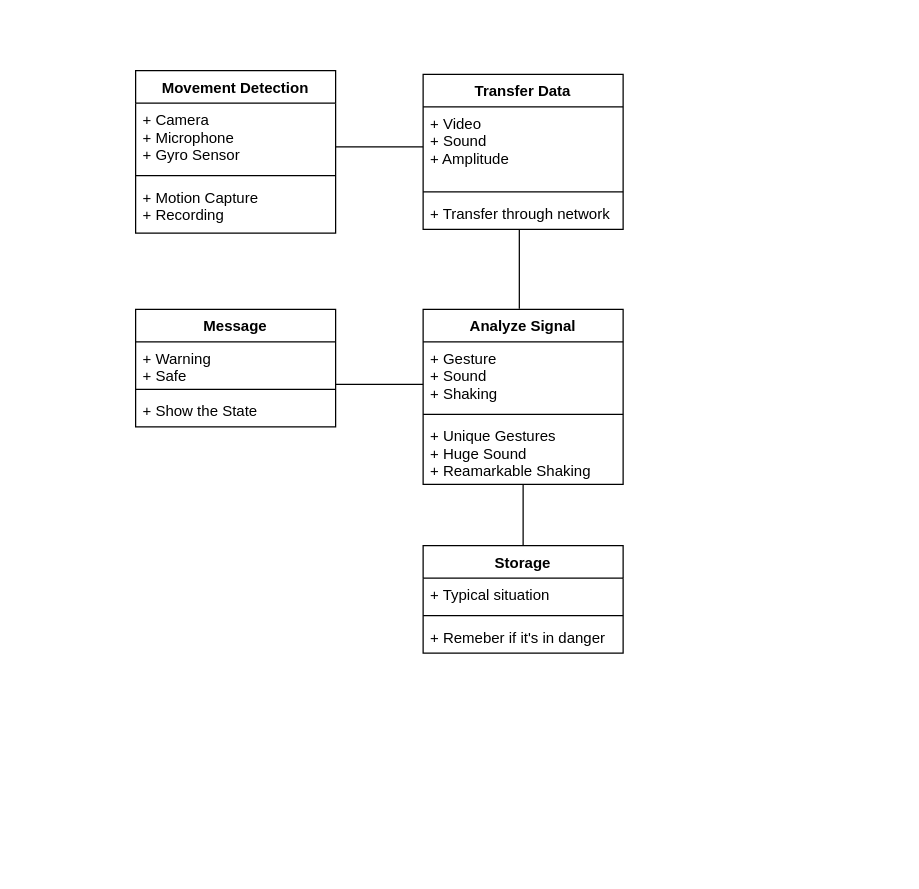
Above: Sogongteam14_Class_Diagram.drawio in sogongteam14/doc (draw.io), before the change. Source tidied: cells renumbered, new cells numbered last; positions are measured from the earlier drawing's top-left corner, leaving out a move shared by most shapes. Both pictures are drawn from the tidied source at 125%, with x=0, y=0 at pixel (135, 70).
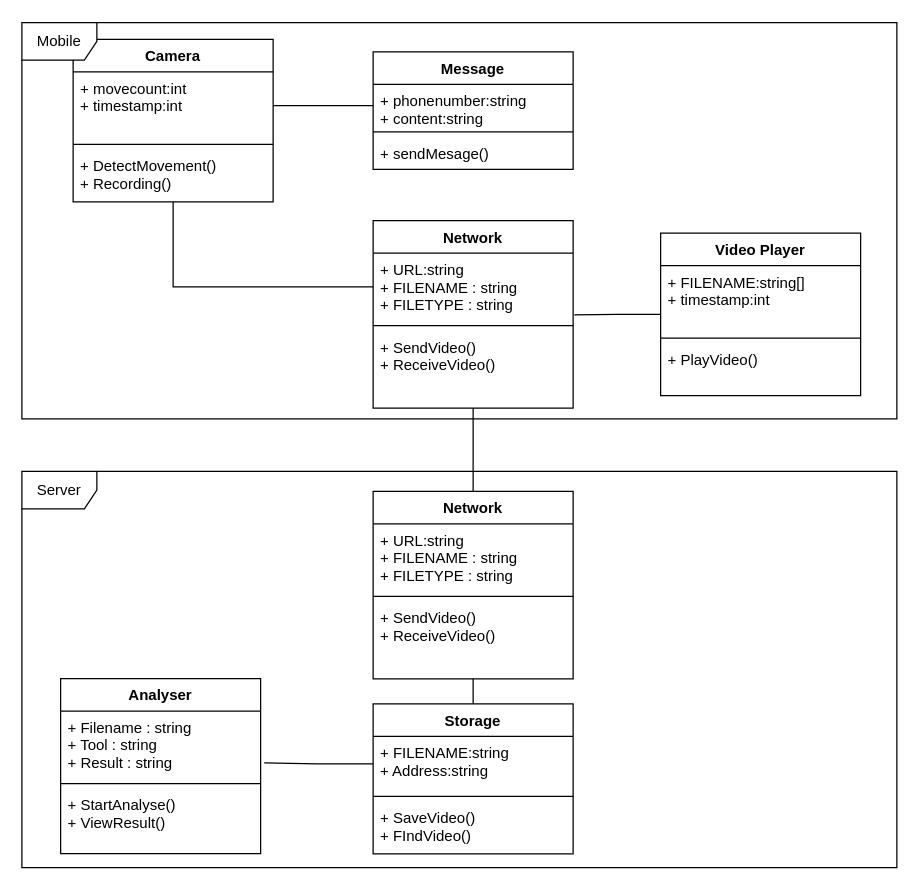
The same page after the edit.

Diff of the diagram source:
```diff
@@
+    <mxCell id="26" style="edgeStyle=orthogonalEdgeStyle;rounded=0;jettySize=auto;html=1;entryX=0;entryY=0.5;entryDx=0;entryDy=0;startArrow=none;startFill=0;endArrow=none;endFill=0;" parent="1" edge="1" source="2" target="15">
+      <mxGeometry relative="1" as="geometry" />
+    </mxCell>
-    <mxCell id="2" value="Movement Detection" style="swimlane;fontStyle=1;align=center;verticalAlign=top;horizontal=1;startSize=26;" parent="1" vertex="1">
-      <mxGeometry width="160" height="130" as="geometry" />
+    <mxCell id="2" value="Camera" style="swimlane;fontStyle=1;align=center;verticalAlign=top;horizontal=1;startSize=26;" parent="1" vertex="1">
+      <mxGeometry x="-50" y="-25" width="160" height="130" as="geometry" />
     </mxCell>
-    <mxCell id="3" value="+ Camera&#10;+ Microphone&#10;+ Gyro Sensor&#10;" style="text;strokeColor=none;fillColor=none;align=left;verticalAlign=top;spacingLeft=4;spacingRight=4;overflow=hidden;points=[[0,0.5],[1,0.5]];portConstraint=eastwest;" parent="2" vertex="1">
+    <mxCell id="3" value="+ movecount:int&#10;+ timestamp:int&#10;" style="text;strokeColor=none;fillColor=none;align=left;verticalAlign=top;spacingLeft=4;spacingRight=4;overflow=hidden;points=[[0,0.5],[1,0.5]];portConstraint=eastwest;" parent="2" vertex="1">
       <mxGeometry y="26" width="160" height="54" as="geometry" />
     </mxCell>
@@
-    <mxCell id="5" value="+ Motion Capture&#10;+ Recording" style="text;strokeColor=none;fillColor=none;align=left;verticalAlign=top;spacingLeft=4;spacingRight=4;overflow=hidden;" parent="2" vertex="1">
+    <mxCell id="5" value="+ DetectMovement()&#10;+ Recording()" style="text;strokeColor=none;fillColor=none;align=left;verticalAlign=top;spacingLeft=4;spacingRight=4;overflow=hidden;" parent="2" vertex="1">
       <mxGeometry y="88" width="160" height="42" as="geometry" />
     </mxCell>
     <mxCell id="6" value="Message" style="swimlane;fontStyle=1;align=center;verticalAlign=top;horizontal=1;startSize=26;" parent="1" vertex="1">
-      <mxGeometry y="191" width="160" height="94" as="geometry" />
+      <mxGeometry x="190" y="-15" width="160" height="94" as="geometry" />
     </mxCell>
-    <mxCell id="7" value="+ Warning&#10;+ Safe&#10;" style="text;strokeColor=none;fillColor=none;align=left;verticalAlign=top;spacingLeft=4;spacingRight=4;overflow=hidden;points=[[0,0.5],[1,0.5]];portConstraint=eastwest;" parent="6" vertex="1">
+    <mxCell id="7" value="+ phonenumber:string&#10;+ content:string&#10;" style="text;strokeColor=none;fillColor=none;align=left;verticalAlign=top;spacingLeft=4;spacingRight=4;overflow=hidden;points=[[0,0.5],[1,0.5]];portConstraint=eastwest;" parent="6" vertex="1">
       <mxGeometry y="26" width="160" height="34" as="geometry" />
     </mxCell>
@@
-    <mxCell id="9" value="+ Show the State" style="text;strokeColor=none;fillColor=none;align=left;verticalAlign=top;spacingLeft=4;spacingRight=4;overflow=hidden;" parent="6" vertex="1">
+    <mxCell id="9" value="+ sendMesage()" style="text;strokeColor=none;fillColor=none;align=left;verticalAlign=top;spacingLeft=4;spacingRight=4;overflow=hidden;" parent="6" vertex="1">
       <mxGeometry y="68" width="160" height="26" as="geometry" />
     </mxCell>
-    <mxCell id="10" value="Analyze Signal" style="swimlane;fontStyle=1;align=center;verticalAlign=top;horizontal=1;startSize=26;" parent="1" vertex="1">
-      <mxGeometry x="230" y="191" width="160" height="140" as="geometry" />
+    <mxCell id="10" value="Analyser" style="swimlane;fontStyle=1;align=center;verticalAlign=top;horizontal=1;startSize=26;" parent="1" vertex="1">
+      <mxGeometry x="-60" y="486.4" width="160" height="140" as="geometry" />
     </mxCell>
-    <mxCell id="11" value="+ Gesture&#10;+ Sound&#10;+ Shaking&#10;" style="text;strokeColor=none;fillColor=none;align=left;verticalAlign=top;spacingLeft=4;spacingRight=4;overflow=hidden;points=[[0,0.5],[1,0.5]];portConstraint=eastwest;" parent="10" vertex="1">
+    <mxCell id="11" value="+ Filename : string&#10;+ Tool : string&#10;+ Result : string&#10;" style="text;strokeColor=none;fillColor=none;align=left;verticalAlign=top;spacingLeft=4;spacingRight=4;overflow=hidden;points=[[0,0.5],[1,0.5]];portConstraint=eastwest;" parent="10" vertex="1">
       <mxGeometry y="26" width="160" height="54" as="geometry" />
     </mxCell>
@@
-    <mxCell id="13" value="+ Unique Gestures&#10;+ Huge Sound&#10;+ Reamarkable Shaking&#10;" style="text;strokeColor=none;fillColor=none;align=left;verticalAlign=top;spacingLeft=4;spacingRight=4;overflow=hidden;" parent="10" vertex="1">
+    <mxCell id="13" value="+ StartAnalyse()&#10;+ ViewResult()&#10;" style="text;strokeColor=none;fillColor=none;align=left;verticalAlign=top;spacingLeft=4;spacingRight=4;overflow=hidden;" parent="10" vertex="1">
       <mxGeometry y="88" width="160" height="52" as="geometry" />
     </mxCell>
+    <mxCell id="27" style="edgeStyle=orthogonalEdgeStyle;rounded=0;jettySize=auto;html=1;entryX=0.5;entryY=0;entryDx=0;entryDy=0;startArrow=none;startFill=0;endArrow=none;endFill=0;" parent="1" edge="1" source="14" target="35">
+      <mxGeometry relative="1" as="geometry" />
+    </mxCell>
-    <mxCell id="14" value="Transfer Data" style="swimlane;fontStyle=1;align=center;verticalAlign=top;horizontal=1;startSize=26;" parent="1" vertex="1">
-      <mxGeometry x="230" y="3" width="160" height="124" as="geometry" />
+    <mxCell id="14" value="Network" style="swimlane;fontStyle=1;align=center;verticalAlign=top;horizontal=1;startSize=26;" parent="1" vertex="1">
+      <mxGeometry x="190" y="120" width="160" height="150" as="geometry" />
     </mxCell>
-    <mxCell id="15" value="+ Video&#10;+ Sound&#10;+ Amplitude&#10;" style="text;strokeColor=none;fillColor=none;align=left;verticalAlign=top;spacingLeft=4;spacingRight=4;overflow=hidden;points=[[0,0.5],[1,0.5]];portConstraint=eastwest;" parent="14" vertex="1">
-      <mxGeometry y="26" width="160" height="64" as="geometry" />
+    <mxCell id="15" value="+ URL:string&#10;+ FILENAME : string&#10;+ FILETYPE : string&#10;" style="text;strokeColor=none;fillColor=none;align=left;verticalAlign=top;spacingLeft=4;spacingRight=4;overflow=hidden;points=[[0,0.5],[1,0.5]];portConstraint=eastwest;" parent="14" vertex="1">
+      <mxGeometry y="26" width="160" height="54" as="geometry" />
     </mxCell>
     <mxCell id="16" style="line;strokeWidth=1;fillColor=none;align=left;verticalAlign=middle;spacingTop=-1;spacingLeft=3;spacingRight=3;labelPosition=right;" parent="14" vertex="1">
-      <mxGeometry y="90" width="160" height="8" as="geometry" />
+      <mxGeometry y="80" width="160" height="8" as="geometry" />
     </mxCell>
-    <mxCell id="17" value="+ Transfer through network" style="text;strokeColor=none;fillColor=none;align=left;verticalAlign=top;spacingLeft=4;spacingRight=4;overflow=hidden;points=[[0,0.5],[1,0.5]];portConstraint=eastwest;" parent="14" vertex="1">
-      <mxGeometry y="98" width="160" height="26" as="geometry" />
+    <mxCell id="17" value="+ SendVideo()&#10;+ ReceiveVideo()&#10;" style="text;strokeColor=none;fillColor=none;align=left;verticalAlign=top;spacingLeft=4;spacingRight=4;overflow=hidden;points=[[0,0.5],[1,0.5]];portConstraint=eastwest;" parent="14" vertex="1">
+      <mxGeometry y="88" width="160" height="62" as="geometry" />
     </mxCell>
+    <mxCell id="28" style="edgeStyle=orthogonalEdgeStyle;rounded=0;jettySize=auto;html=1;startArrow=none;startFill=0;endArrow=none;endFill=0;" parent="1" edge="1" source="18" target="35">
+      <mxGeometry relative="1" as="geometry" />
+    </mxCell>
     <mxCell id="18" value="Storage" style="swimlane;fontStyle=1;align=center;verticalAlign=top;horizontal=1;startSize=26;" parent="1" vertex="1">
-      <mxGeometry x="230" y="380" width="160" height="86" as="geometry" />
+      <mxGeometry x="190" y="506.5" width="160" height="120" as="geometry" />
     </mxCell>
-    <mxCell id="19" value="+ Typical situation" style="text;strokeColor=none;fillColor=none;align=left;verticalAlign=top;spacingLeft=4;spacingRight=4;overflow=hidden;points=[[0,0.5],[1,0.5]];portConstraint=eastwest;" parent="18" vertex="1">
-      <mxGeometry y="26" width="160" height="26" as="geometry" />
+    <mxCell id="19" value="+ FILENAME:string&#10;+ Address:string" style="text;strokeColor=none;fillColor=none;align=left;verticalAlign=top;spacingLeft=4;spacingRight=4;overflow=hidden;points=[[0,0.5],[1,0.5]];portConstraint=eastwest;" parent="18" vertex="1">
+      <mxGeometry y="26" width="160" height="44" as="geometry" />
     </mxCell>
     <mxCell id="20" style="line;strokeWidth=1;fillColor=none;align=left;verticalAlign=middle;spacingTop=-1;spacingLeft=3;spacingRight=3;labelPosition=right;" parent="18" vertex="1">
-      <mxGeometry y="52" width="160" height="8" as="geometry" />
+      <mxGeometry y="70" width="160" height="8" as="geometry" />
     </mxCell>
-    <mxCell id="21" value="+ Remeber if it's in danger" style="text;strokeColor=none;fillColor=none;align=left;verticalAlign=top;spacingLeft=4;spacingRight=4;overflow=hidden;" parent="18" vertex="1">
-      <mxGeometry y="60" width="160" height="26" as="geometry" />
+    <mxCell id="21" value="+ SaveVideo()&#10;+ FIndVideo()&#10;" style="text;strokeColor=none;fillColor=none;align=left;verticalAlign=top;spacingLeft=4;spacingRight=4;overflow=hidden;" parent="18" vertex="1">
+      <mxGeometry y="78" width="160" height="42" as="geometry" />
     </mxCell>
-    <mxCell id="22" style="endArrow=none;html=1;entryX=0;entryY=0.5;entryDx=0;entryDy=0;" parent="1" edge="1" target="15">
-      <mxGeometry relative="1" as="geometry">
-        <mxPoint x="160" y="61" as="sourcePoint" />
-      </mxGeometry>
-    </mxCell>
-    <mxCell id="23" style="endArrow=none;html=1;entryX=0.481;entryY=1.014;entryDx=0;entryDy=0;entryPerimeter=0;exitX=0.481;exitY=-0.003;exitDx=0;exitDy=0;exitPerimeter=0;" parent="1" edge="1" source="10" target="17">
-      <mxGeometry relative="1" as="geometry" />
-    </mxCell>
-    <mxCell id="24" style="endArrow=none;html=1;exitX=1.001;exitY=0.998;exitDx=0;exitDy=0;exitPerimeter=0;" parent="1" edge="1" source="7">
-      <mxGeometry relative="1" as="geometry">
-        <mxPoint x="230" y="251" as="targetPoint" />
-      </mxGeometry>
-    </mxCell>
-    <mxCell id="25" style="endArrow=none;html=1;entryX=0.5;entryY=1;entryDx=0;entryDy=0;exitX=0.5;exitY=0;exitDx=0;exitDy=0;" parent="1" edge="1" source="18" target="10">
-      <mxGeometry relative="1" as="geometry" />
-    </mxCell>
+    <mxCell id="29" style="edgeStyle=orthogonalEdgeStyle;rounded=0;jettySize=auto;html=1;exitX=1;exitY=0.5;exitDx=0;exitDy=0;entryX=0;entryY=0.5;entryDx=0;entryDy=0;startArrow=none;startFill=0;endArrow=none;endFill=0;" parent="1" edge="1" source="3" target="7">
+      <mxGeometry relative="1" as="geometry" />
+    </mxCell>
+    <mxCell id="30" style="edgeStyle=orthogonalEdgeStyle;rounded=0;jettySize=auto;html=1;entryX=1.006;entryY=0.913;entryDx=0;entryDy=0;entryPerimeter=0;startArrow=none;startFill=0;endArrow=none;endFill=0;" parent="1" edge="1" source="31" target="15">
+      <mxGeometry relative="1" as="geometry" />
+    </mxCell>
+    <mxCell id="31" value="Video Player" style="swimlane;fontStyle=1;align=center;verticalAlign=top;horizontal=1;startSize=26;" parent="1" vertex="1">
+      <mxGeometry x="420" y="130" width="160" height="130" as="geometry" />
+    </mxCell>
+    <mxCell id="32" value="+ FILENAME:string[]&#10;+ timestamp:int&#10;" style="text;strokeColor=none;fillColor=none;align=left;verticalAlign=top;spacingLeft=4;spacingRight=4;overflow=hidden;" parent="31" vertex="1">
+      <mxGeometry y="26" width="160" height="54" as="geometry" />
+    </mxCell>
+    <mxCell id="33" style="line;strokeWidth=1;fillColor=none;align=left;verticalAlign=middle;spacingTop=-1;spacingLeft=3;spacingRight=3;labelPosition=right;" parent="31" vertex="1">
+      <mxGeometry y="80" width="160" height="8" as="geometry" />
+    </mxCell>
+    <mxCell id="34" value="+ PlayVideo()&#10;" style="text;strokeColor=none;fillColor=none;align=left;verticalAlign=top;spacingLeft=4;spacingRight=4;overflow=hidden;" parent="31" vertex="1">
+      <mxGeometry y="88" width="160" height="42" as="geometry" />
+    </mxCell>
+    <mxCell id="35" value="Network" style="swimlane;fontStyle=1;align=center;verticalAlign=top;horizontal=1;startSize=26;" parent="1" vertex="1">
+      <mxGeometry x="190" y="336.5" width="160" height="150" as="geometry" />
+    </mxCell>
+    <mxCell id="36" value="+ URL:string&#10;+ FILENAME : string&#10;+ FILETYPE : string&#10;" style="text;strokeColor=none;fillColor=none;align=left;verticalAlign=top;spacingLeft=4;spacingRight=4;overflow=hidden;" parent="35" vertex="1">
+      <mxGeometry y="26" width="160" height="54" as="geometry" />
+    </mxCell>
+    <mxCell id="37" style="line;strokeWidth=1;fillColor=none;align=left;verticalAlign=middle;spacingTop=-1;spacingLeft=3;spacingRight=3;labelPosition=right;" parent="35" vertex="1">
+      <mxGeometry y="80" width="160" height="8" as="geometry" />
+    </mxCell>
+    <mxCell id="38" value="+ SendVideo()&#10;+ ReceiveVideo()&#10;" style="text;strokeColor=none;fillColor=none;align=left;verticalAlign=top;spacingLeft=4;spacingRight=4;overflow=hidden;" parent="35" vertex="1">
+      <mxGeometry y="88" width="160" height="62" as="geometry" />
+    </mxCell>
+    <mxCell id="39" style="edgeStyle=orthogonalEdgeStyle;rounded=0;jettySize=auto;html=1;exitX=0;exitY=0.5;exitDx=0;exitDy=0;entryX=1.018;entryY=0.767;entryDx=0;entryDy=0;entryPerimeter=0;startArrow=none;startFill=0;endArrow=none;endFill=0;" parent="1" edge="1" source="19" target="11">
+      <mxGeometry relative="1" as="geometry" />
+    </mxCell>
+    <mxCell id="40" value="Server" style="shape=umlFrame;whiteSpace=wrap;html=1;" parent="1" vertex="1">
+      <mxGeometry x="-91" y="320.5" width="700" height="317" as="geometry" />
+    </mxCell>
+    <mxCell id="41" value="Mobile" style="shape=umlFrame;whiteSpace=wrap;html=1;" parent="1" vertex="1">
+      <mxGeometry x="-91" y="-38.5" width="700" height="317" as="geometry" />
+    </mxCell>
```
